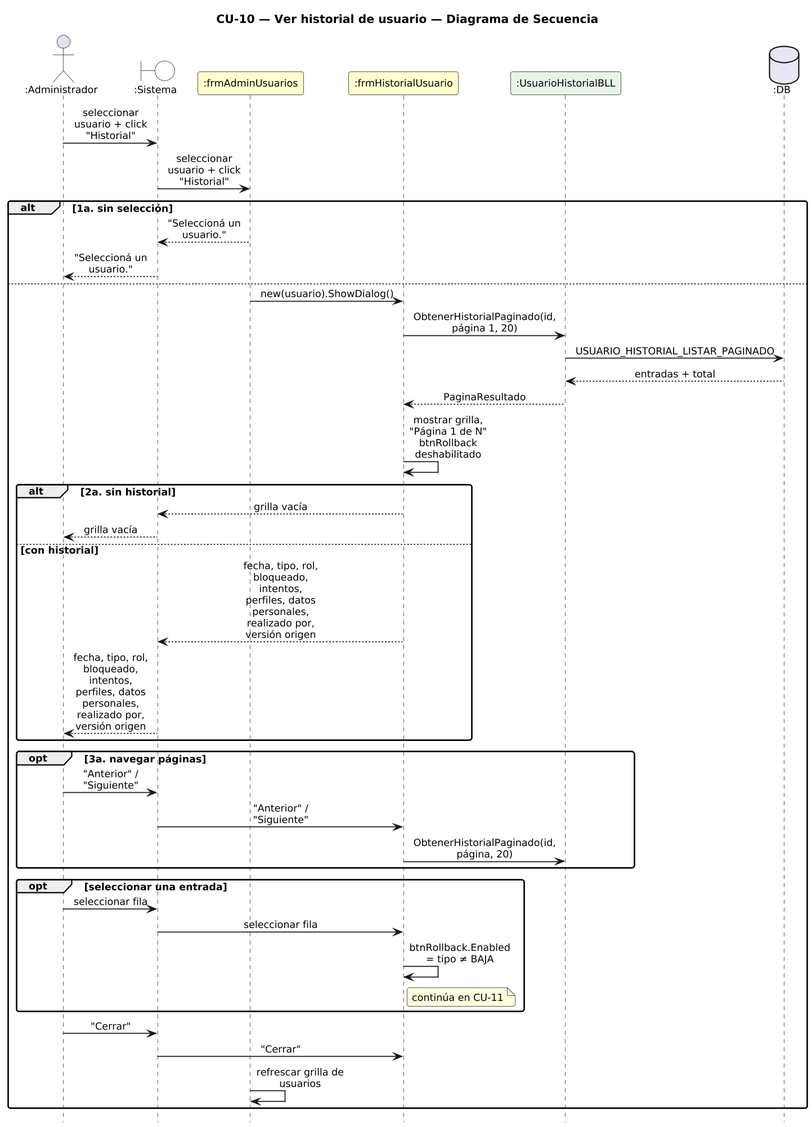
Above: DIAGRAMAS/DiagramaSecuencia_CU10_VerHistorial.png in Urrels/ingenieria_software (PlantUML), before the change.
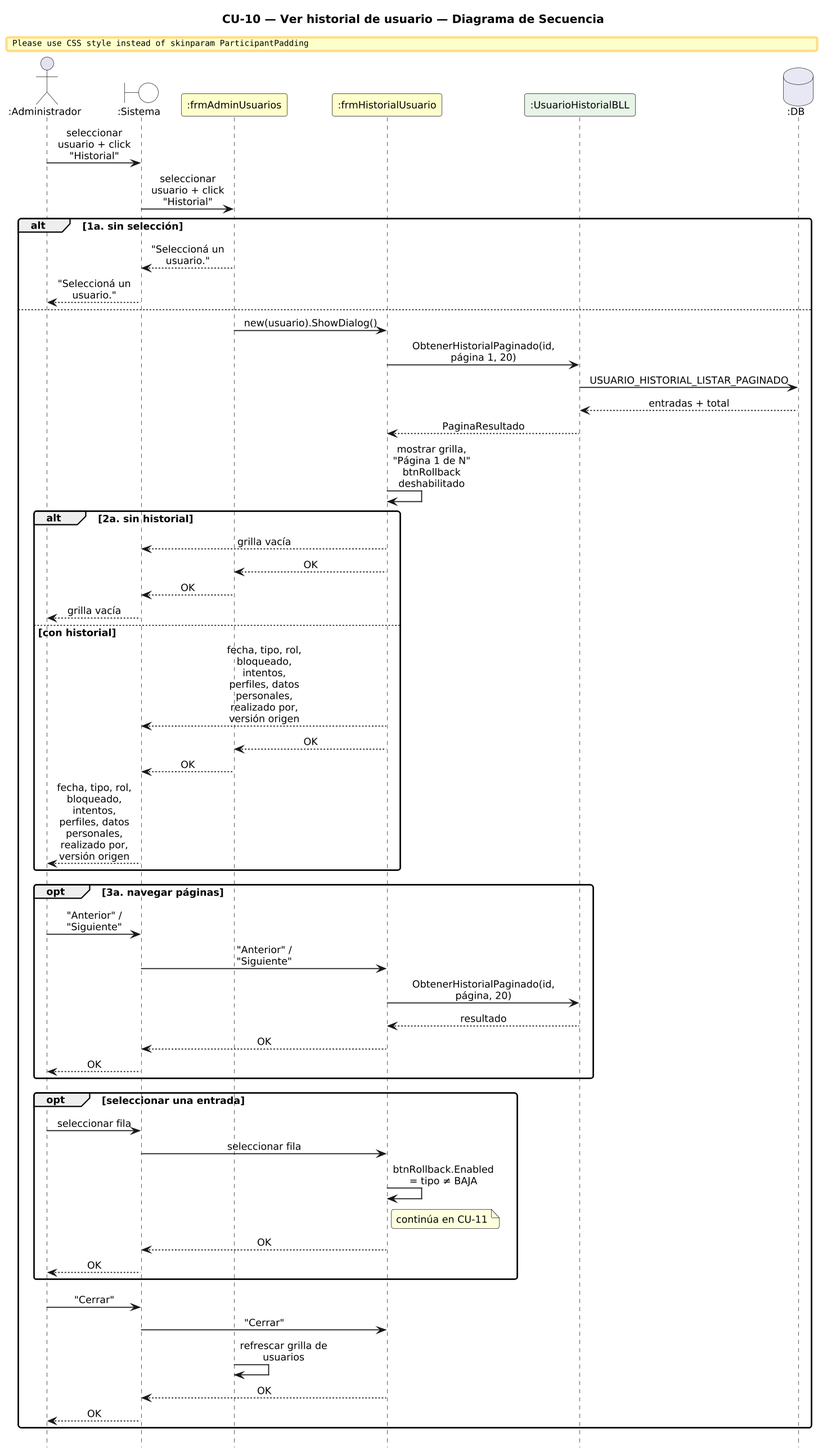
The same diagram one commit later.

Change to the diagram source:
```diff
@@ -34,25 +34,36 @@
   H -> H : mostrar grilla, "Página 1 de N"\nbtnRollback deshabilitado
   alt 2a. sin historial
     H --> SYS : grilla vacía
+    H --> F : OK
+    F --> SYS : OK
     SYS --> A : grilla vacía
   else con historial
     H --> SYS : fecha, tipo, rol, bloqueado, intentos,\nperfiles, datos personales, realizado por,\nversión origen
+    H --> F : OK
+    F --> SYS : OK
     SYS --> A : fecha, tipo, rol, bloqueado, intentos,\nperfiles, datos personales, realizado por,\nversión origen
   end
   opt 3a. navegar páginas
     A -> SYS : "Anterior" / "Siguiente"
     SYS -> H : "Anterior" / "Siguiente"
     H -> HB : ObtenerHistorialPaginado(id, página, 20)
+    HB --> H : resultado
+    H --> SYS : OK
+    SYS --> A : OK
   end
   opt seleccionar una entrada
     A -> SYS : seleccionar fila
     SYS -> H : seleccionar fila
     H -> H : btnRollback.Enabled = tipo ≠ BAJA
     note right of H : continúa en CU-11
+    H --> SYS : OK
+    SYS --> A : OK
   end
   A -> SYS : "Cerrar"
   SYS -> H : "Cerrar"
   F -> F : refrescar grilla de usuarios
+  H --> SYS : OK
+  SYS --> A : OK
 end
 
 @enduml
```
